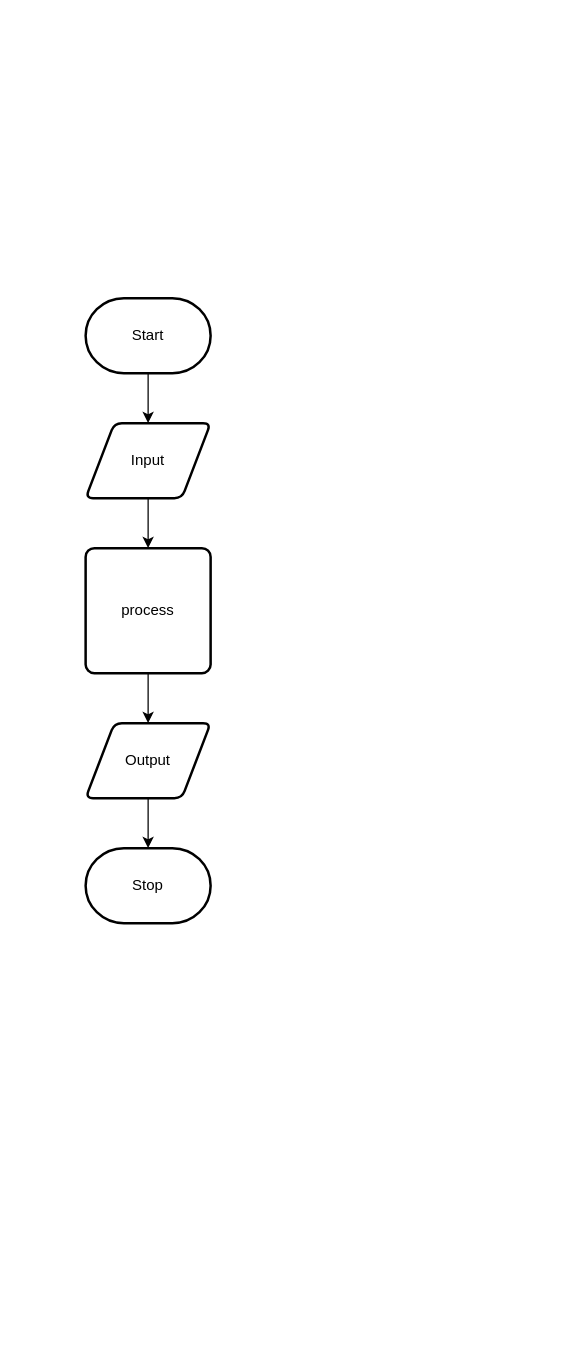
Above: design/flow-chart.drawio in Alex-Nelson-1/ICS2O-ASSIGNMENT-6-API (draw.io), before the change. Source tidied: cells renumbered, new cells numbered last; positions are measured from the earlier drawing's top-left corner, leaving out a move shared by most shapes. Both pictures are drawn from the tidied source at 125%, with x=0, y=0 at pixel (85, 298).
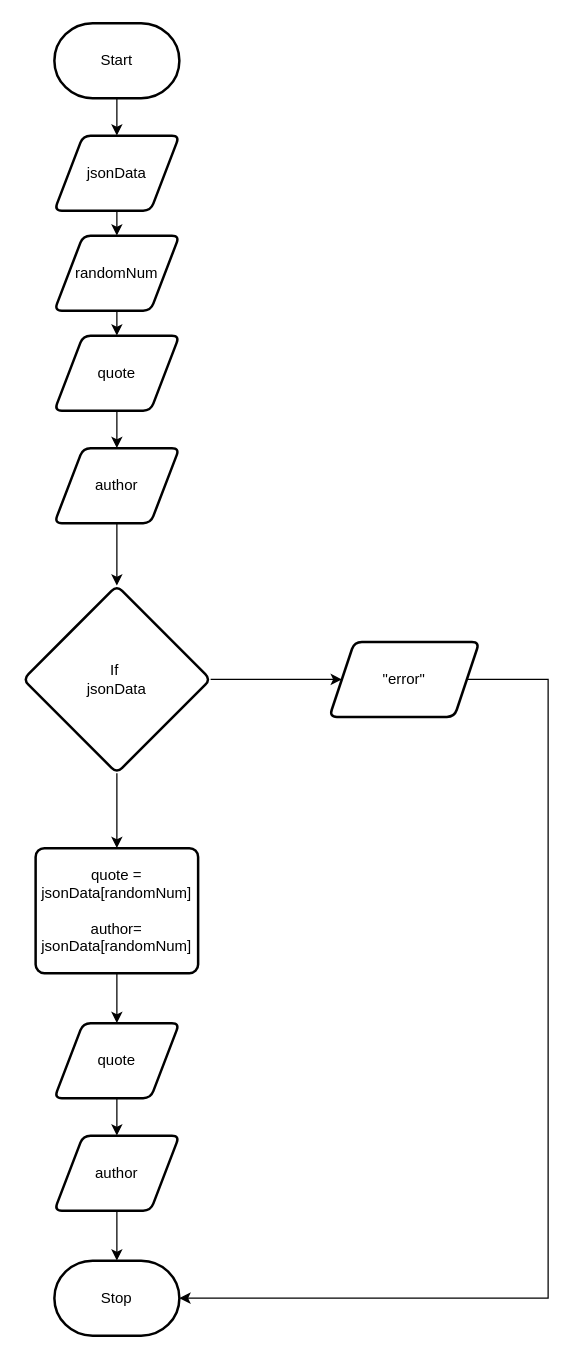
Above is the later version.

Diff of the diagram source:
```diff
@@
     <mxCell id="3" value="Start" style="strokeWidth=2;html=1;shape=mxgraph.flowchart.terminator;whiteSpace=wrap;" parent="1" vertex="1">
-      <mxGeometry width="100" height="60" as="geometry" />
+      <mxGeometry x="-25" y="-220" width="100" height="60" as="geometry" />
     </mxCell>
-    <mxCell id="4" style="edgeStyle=none;html=1;" parent="1" edge="1" source="5" target="7">
-      <mxGeometry relative="1" as="geometry" />
-    </mxCell>
+    <mxCell id="11" style="edgeStyle=none;html=1;" parent="1" edge="1" source="5" target="14">
+      <mxGeometry relative="1" as="geometry" />
+    </mxCell>
-    <mxCell id="5" value="Input" style="shape=parallelogram;html=1;strokeWidth=2;perimeter=parallelogramPerimeter;whiteSpace=wrap;rounded=1;arcSize=12;size=0.23;" parent="1" vertex="1">
-      <mxGeometry y="100" width="100" height="60" as="geometry" />
+    <mxCell id="5" value="jsonData" style="shape=parallelogram;html=1;strokeWidth=2;perimeter=parallelogramPerimeter;whiteSpace=wrap;rounded=1;arcSize=12;size=0.23;" parent="1" vertex="1">
+      <mxGeometry x="-25" y="-130" width="100" height="60" as="geometry" />
     </mxCell>
-    <mxCell id="6" style="edgeStyle=none;html=1;" parent="1" edge="1" source="7" target="9">
-      <mxGeometry relative="1" as="geometry" />
-    </mxCell>
+    <mxCell id="12" style="edgeStyle=none;html=1;" parent="1" edge="1" source="7" target="21">
+      <mxGeometry relative="1" as="geometry" />
+    </mxCell>
-    <mxCell id="7" value="process" style="rounded=1;whiteSpace=wrap;html=1;absoluteArcSize=1;arcSize=14;strokeWidth=2;" parent="1" vertex="1">
-      <mxGeometry y="200" width="100" height="100" as="geometry" />
+    <mxCell id="7" value="quote = jsonData[randomNum]&lt;br&gt;&lt;br&gt;author= jsonData[randomNum]" style="rounded=1;whiteSpace=wrap;html=1;absoluteArcSize=1;arcSize=14;strokeWidth=2;" parent="1" vertex="1">
+      <mxGeometry x="-40" y="440" width="130" height="100" as="geometry" />
     </mxCell>
-    <mxCell id="8" style="edgeStyle=none;html=1;" parent="1" edge="1" source="9" target="10">
-      <mxGeometry relative="1" as="geometry" />
+    <mxCell id="8" style="edgeStyle=none;html=1;" parent="1" edge="1" target="10">
+      <mxGeometry relative="1" as="geometry">
+        <mxPoint x="25" y="730" as="sourcePoint" />
+      </mxGeometry>
     </mxCell>
-    <mxCell id="9" value="Output" style="shape=parallelogram;html=1;strokeWidth=2;perimeter=parallelogramPerimeter;whiteSpace=wrap;rounded=1;arcSize=12;size=0.23;" parent="1" vertex="1">
-      <mxGeometry y="340" width="100" height="60" as="geometry" />
-    </mxCell>
     <mxCell id="10" value="Stop" style="strokeWidth=2;html=1;shape=mxgraph.flowchart.terminator;whiteSpace=wrap;" parent="1" vertex="1">
-      <mxGeometry y="440" width="100" height="60" as="geometry" />
+      <mxGeometry x="-25" y="770" width="100" height="60" as="geometry" />
     </mxCell>
+    <mxCell id="13" style="edgeStyle=none;html=1;" parent="1" edge="1" source="14" target="16">
+      <mxGeometry relative="1" as="geometry" />
+    </mxCell>
+    <mxCell id="14" value="randomNum" style="shape=parallelogram;html=1;strokeWidth=2;perimeter=parallelogramPerimeter;whiteSpace=wrap;rounded=1;arcSize=12;size=0.23;" parent="1" vertex="1">
+      <mxGeometry x="-25" y="-50" width="100" height="60" as="geometry" />
+    </mxCell>
+    <mxCell id="15" style="edgeStyle=none;html=1;" parent="1" edge="1" source="16" target="18">
+      <mxGeometry relative="1" as="geometry" />
+    </mxCell>
+    <mxCell id="16" value="quote" style="shape=parallelogram;html=1;strokeWidth=2;perimeter=parallelogramPerimeter;whiteSpace=wrap;rounded=1;arcSize=12;size=0.23;" parent="1" vertex="1">
+      <mxGeometry x="-25" y="30" width="100" height="60" as="geometry" />
+    </mxCell>
+    <mxCell id="17" style="edgeStyle=none;html=1;" parent="1" edge="1" source="18" target="24">
+      <mxGeometry relative="1" as="geometry" />
+    </mxCell>
+    <mxCell id="18" value="author" style="shape=parallelogram;html=1;strokeWidth=2;perimeter=parallelogramPerimeter;whiteSpace=wrap;rounded=1;arcSize=12;size=0.23;" parent="1" vertex="1">
+      <mxGeometry x="-25" y="120" width="100" height="60" as="geometry" />
+    </mxCell>
+    <mxCell id="19" value="author" style="shape=parallelogram;html=1;strokeWidth=2;perimeter=parallelogramPerimeter;whiteSpace=wrap;rounded=1;arcSize=12;size=0.23;" parent="1" vertex="1">
+      <mxGeometry x="-25" y="670" width="100" height="60" as="geometry" />
+    </mxCell>
+    <mxCell id="20" style="edgeStyle=none;html=1;" parent="1" edge="1" source="21" target="19">
+      <mxGeometry relative="1" as="geometry" />
+    </mxCell>
+    <mxCell id="21" value="quote" style="shape=parallelogram;html=1;strokeWidth=2;perimeter=parallelogramPerimeter;whiteSpace=wrap;rounded=1;arcSize=12;size=0.23;" parent="1" vertex="1">
+      <mxGeometry x="-25" y="580" width="100" height="60" as="geometry" />
+    </mxCell>
+    <mxCell id="22" style="edgeStyle=none;html=1;" parent="1" edge="1" source="24" target="7">
+      <mxGeometry relative="1" as="geometry" />
+    </mxCell>
+    <mxCell id="23" style="edgeStyle=none;html=1;" parent="1" edge="1" source="24" target="25">
+      <mxGeometry relative="1" as="geometry" />
+    </mxCell>
+    <mxCell id="24" value="If&amp;nbsp;&lt;br&gt;jsonData" style="rhombus;whiteSpace=wrap;html=1;strokeWidth=2;rounded=1;arcSize=12;" parent="1" vertex="1">
+      <mxGeometry x="-50" y="230" width="150" height="150" as="geometry" />
+    </mxCell>
+    <mxCell id="25" value="&quot;error&quot;" style="shape=parallelogram;perimeter=parallelogramPerimeter;whiteSpace=wrap;html=1;fixedSize=1;strokeWidth=2;rounded=1;arcSize=12;" parent="1" vertex="1">
+      <mxGeometry x="195" y="275" width="120" height="60" as="geometry" />
+    </mxCell>
+    <mxCell id="26" style="endArrow=classic;html=1;exitX=1;exitY=0.5;exitDx=0;exitDy=0;entryX=1;entryY=0.5;entryDx=0;entryDy=0;entryPerimeter=0;rounded=0;" parent="1" edge="1" source="25" target="10">
+      <mxGeometry relative="1" as="geometry">
+        <Array as="points">
+          <mxPoint x="370" y="305" />
+          <mxPoint x="370" y="800" />
+        </Array>
+      </mxGeometry>
+    </mxCell>
```
